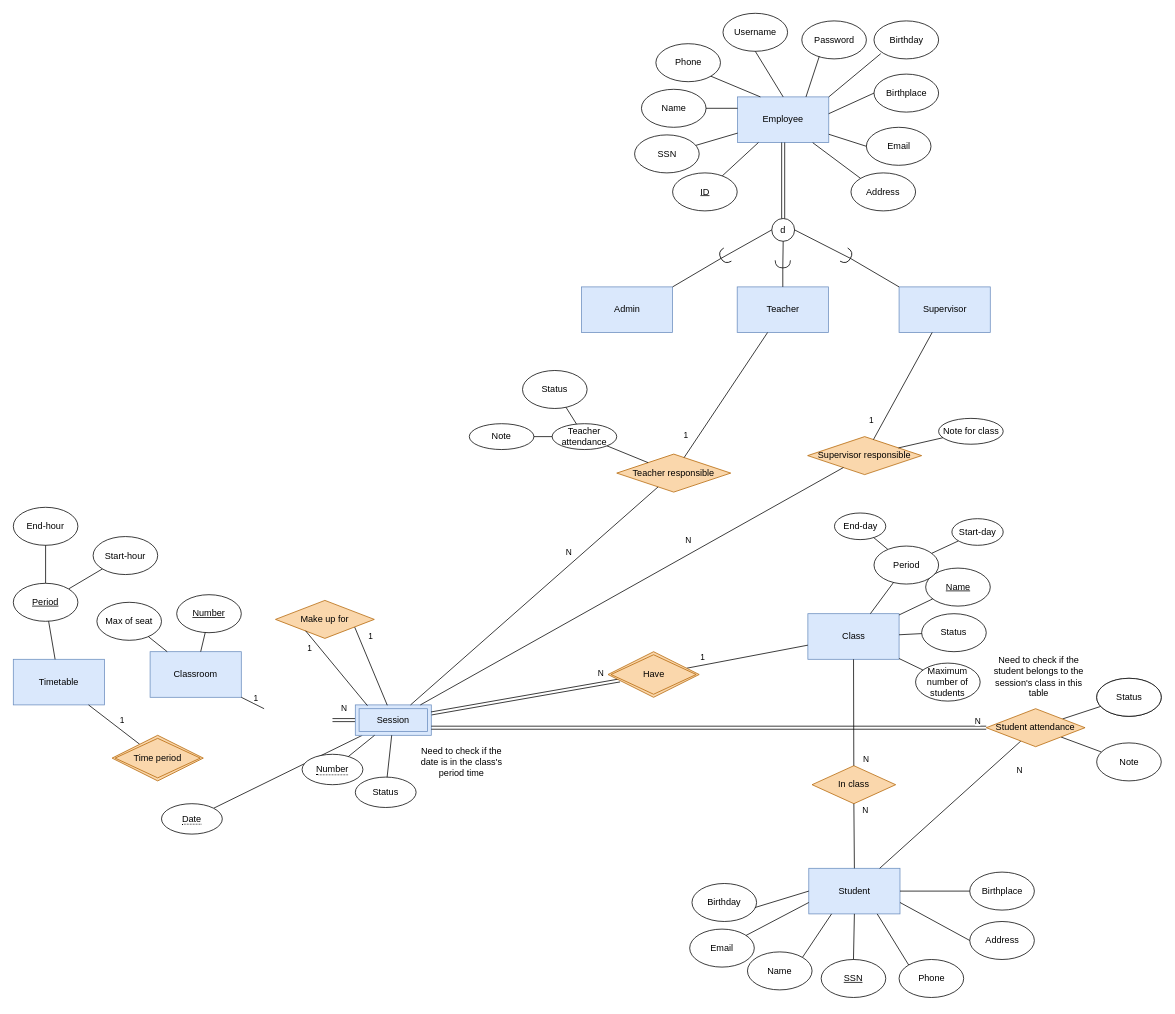
Above: page "Copy of Main" (2 of 3) of Week 3/ERD.drawio in astr0tas/English-Center-Attendance-Check (draw.io), before the change. Source tidied: cells renumbered, new cells numbered last; positions are measured from the earlier drawing's top-left corner, leaving out a move shared by most shapes. Both pictures are drawn from the tidied source at 76%, with x=0, y=0 at pixel (13, 13).
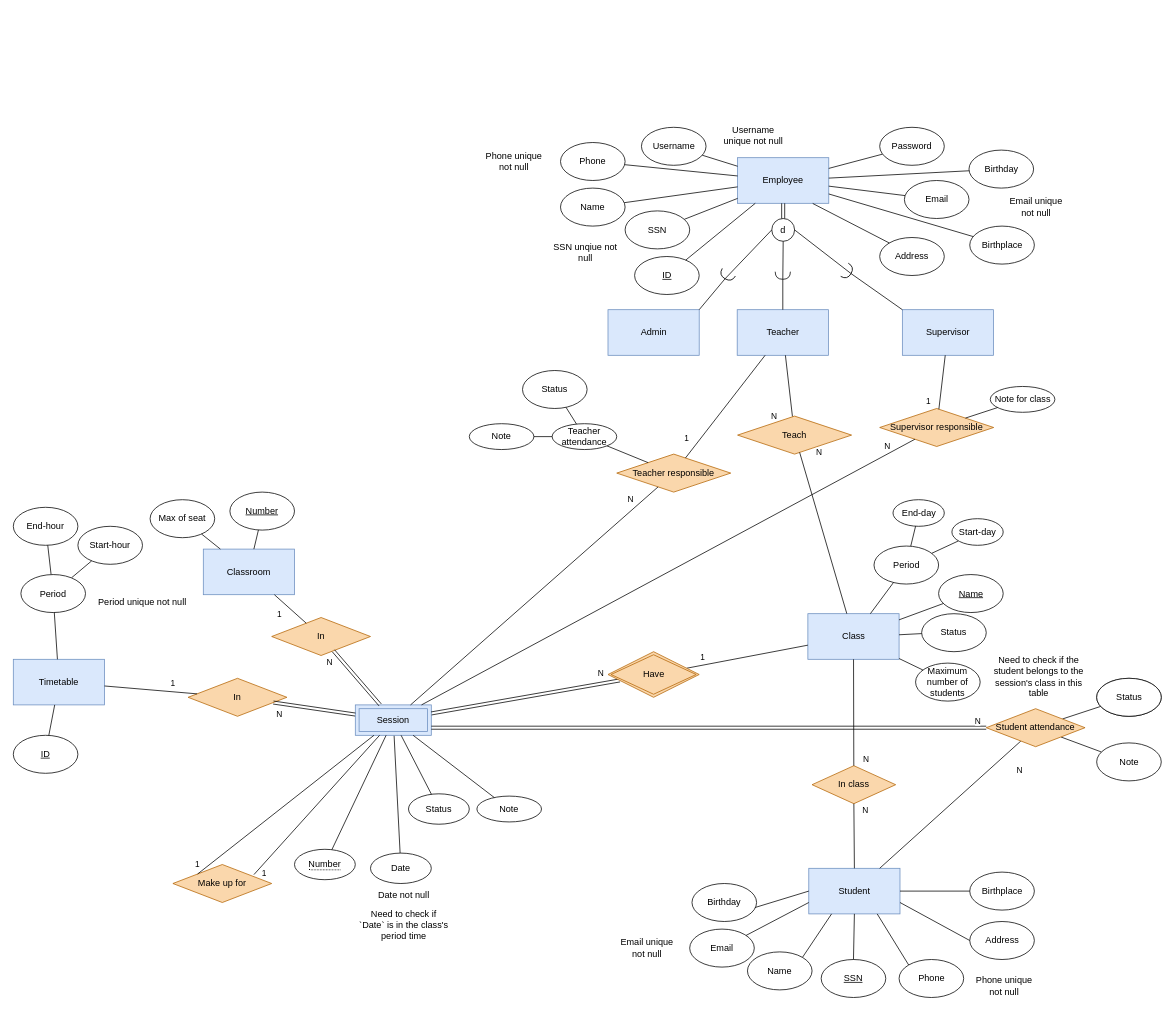
Above is the later version.

The change refers to these unchanged cells:
```xml
<mxCell id="4" value="Class" style="rounded=0;whiteSpace=wrap;html=1;fillColor=#dae8fc;strokeColor=#6c8ebf;" parent="1" vertex="1">
  <mxGeometry x="1045.5" y="790" width="120" height="60" as="geometry" />
</mxCell>
<mxCell id="8" value="d" style="ellipse;whiteSpace=wrap;html=1;" parent="1" vertex="1">
  <mxGeometry x="998" y="270" width="30" height="30" as="geometry" />
</mxCell>
<mxCell id="71" value="Session" style="shape=ext;margin=3;double=1;whiteSpace=wrap;html=1;align=center;fillColor=#DAE8FC;strokeColor=#6C8EBF;" parent="1" vertex="1">
  <mxGeometry x="450" y="910" width="100" height="40" as="geometry" />
</mxCell>
<mxCell id="101" value="Timetable" style="rounded=0;whiteSpace=wrap;html=1;fillColor=#dae8fc;strokeColor=#6c8ebf;" parent="1" vertex="1">
  <mxGeometry y="850" width="120" height="60" as="geometry" />
</mxCell>
<mxCell id="124" style="endArrow=none;html=1;rounded=0;" parent="1" edge="1" source="71" target="31">
  <mxGeometry relative="1" as="geometry" />
</mxCell>
<mxCell id="126" style="endArrow=none;html=1;rounded=0;" parent="1" edge="1" source="71" target="112">
  <mxGeometry relative="1" as="geometry" />
</mxCell>
```

What changed in the source:
```diff
@@
     <mxCell id="2" value="Teacher" style="rounded=0;whiteSpace=wrap;html=1;fillColor=#dae8fc;strokeColor=#6c8ebf;" parent="1" vertex="1">
-      <mxGeometry x="952.5" y="360" width="120" height="60" as="geometry" />
+      <mxGeometry x="952.5" y="390" width="120" height="60" as="geometry" />
     </mxCell>
@@
     <mxCell id="5" value="Employee" style="rounded=0;whiteSpace=wrap;html=1;fillColor=#dae8fc;strokeColor=#6c8ebf;" parent="1" vertex="1">
-      <mxGeometry x="953" y="110" width="120" height="60" as="geometry" />
+      <mxGeometry x="953" y="190" width="120" height="60" as="geometry" />
     </mxCell>
     <mxCell id="6" value="Supervisor" style="rounded=0;whiteSpace=wrap;html=1;fillColor=#dae8fc;strokeColor=#6c8ebf;" parent="1" vertex="1">
-      <mxGeometry x="1165.5" y="360" width="120" height="60" as="geometry" />
+      <mxGeometry x="1169.8" y="390" width="120" height="60" as="geometry" />
     </mxCell>
     <mxCell id="7" value="Admin" style="rounded=0;whiteSpace=wrap;html=1;fillColor=#dae8fc;strokeColor=#6c8ebf;" parent="1" vertex="1">
-      <mxGeometry x="747.5" y="360" width="120" height="60" as="geometry" />
+      <mxGeometry x="782.5" y="390" width="120" height="60" as="geometry" />
     </mxCell>
@@
     <mxCell id="10" value="&lt;u&gt;ID&lt;/u&gt;" style="ellipse;whiteSpace=wrap;html=1;" parent="1" vertex="1">
-      <mxGeometry x="867.5" y="210" width="85" height="50" as="geometry" />
+      <mxGeometry x="817.5" y="320" width="85" height="50" as="geometry" />
     </mxCell>
     <mxCell id="11" value="Name" style="ellipse;whiteSpace=wrap;html=1;" parent="1" vertex="1">
-      <mxGeometry x="826.5" y="100" width="85" height="50" as="geometry" />
+      <mxGeometry x="720" y="230" width="85" height="50" as="geometry" />
     </mxCell>
     <mxCell id="12" value="Phone" style="ellipse;whiteSpace=wrap;html=1;" parent="1" vertex="1">
-      <mxGeometry x="845.5" y="40" width="85" height="50" as="geometry" />
+      <mxGeometry x="720" y="170" width="85" height="50" as="geometry" />
     </mxCell>
     <mxCell id="13" value="Username" style="ellipse;whiteSpace=wrap;html=1;" parent="1" vertex="1">
-      <mxGeometry x="933.8" width="85" height="50" as="geometry" />
+      <mxGeometry x="826.5" y="150" width="85" height="50" as="geometry" />
     </mxCell>
     <mxCell id="14" value="Password" style="ellipse;whiteSpace=wrap;html=1;" parent="1" vertex="1">
-      <mxGeometry x="1037.5" y="10" width="85" height="50" as="geometry" />
+      <mxGeometry x="1140" y="150" width="85" height="50" as="geometry" />
     </mxCell>
     <mxCell id="15" value="Email" style="ellipse;whiteSpace=wrap;html=1;" parent="1" vertex="1">
-      <mxGeometry x="1122.5" y="150" width="85" height="50" as="geometry" />
+      <mxGeometry x="1172.5" y="220" width="85" height="50" as="geometry" />
     </mxCell>
     <mxCell id="16" value="Address" style="ellipse;whiteSpace=wrap;html=1;" parent="1" vertex="1">
-      <mxGeometry x="1102.2" y="210" width="85" height="50" as="geometry" />
+      <mxGeometry x="1140" y="295" width="85" height="50" as="geometry" />
     </mxCell>
@@
-    <mxCell id="18" style="endArrow=none;html=1;rounded=0;entryX=1;entryY=0.5;entryDx=0;entryDy=0;exitX=0;exitY=0.25;exitDx=0;exitDy=0;" parent="1" edge="1" source="5" target="11">
+    <mxCell id="18" style="endArrow=none;html=1;rounded=0;" parent="1" edge="1" source="5" target="11">
       <mxGeometry relative="1" as="geometry" />
     </mxCell>
-    <mxCell id="19" style="endArrow=none;html=1;rounded=0;entryX=1;entryY=1;entryDx=0;entryDy=0;exitX=0.25;exitY=0;exitDx=0;exitDy=0;" parent="1" edge="1" source="5" target="12">
+    <mxCell id="19" style="endArrow=none;html=1;rounded=0;" parent="1" edge="1" source="5" target="12">
       <mxGeometry relative="1" as="geometry" />
     </mxCell>
-    <mxCell id="20" style="endArrow=none;html=1;rounded=0;entryX=0.5;entryY=1;entryDx=0;entryDy=0;exitX=0.5;exitY=0;exitDx=0;exitDy=0;" parent="1" edge="1" source="5" target="13">
+    <mxCell id="20" style="endArrow=none;html=1;rounded=0;" parent="1" edge="1" source="5" target="13">
       <mxGeometry relative="1" as="geometry" />
     </mxCell>
-    <mxCell id="21" style="endArrow=none;html=1;rounded=0;entryX=0.27;entryY=0.938;entryDx=0;entryDy=0;exitX=0.75;exitY=0;exitDx=0;exitDy=0;entryPerimeter=0;" parent="1" edge="1" source="5" target="14">
+    <mxCell id="21" style="endArrow=none;html=1;rounded=0;" parent="1" edge="1" source="5" target="14">
       <mxGeometry relative="1" as="geometry" />
     </mxCell>
-    <mxCell id="22" style="endArrow=none;html=1;rounded=0;entryX=0;entryY=0.5;entryDx=0;entryDy=0;" parent="1" edge="1" source="5" target="15">
+    <mxCell id="22" style="endArrow=none;html=1;rounded=0;" parent="1" edge="1" source="5" target="15">
       <mxGeometry relative="1" as="geometry" />
     </mxCell>
@@
     <mxCell id="25" value="&lt;u&gt;Name&lt;/u&gt;" style="ellipse;whiteSpace=wrap;html=1;" parent="1" vertex="1">
-      <mxGeometry x="1200.5" y="730" width="85" height="50" as="geometry" />
+      <mxGeometry x="1217.5" y="738.5" width="85" height="50" as="geometry" />
     </mxCell>
@@
-    <mxCell id="39" style="endArrow=none;html=1;rounded=0;exitX=1;exitY=0.5;exitDx=0;exitDy=0;entryX=0;entryY=0.5;entryDx=0;entryDy=0;startArrow=none;exitPerimeter=0;" parent="1" edge="1" source="46" target="8">
+    <mxCell id="39" style="endArrow=none;html=1;rounded=0;entryX=0;entryY=0.5;entryDx=0;entryDy=0;startArrow=none;exitX=1;exitY=0.5;exitDx=0;exitDy=0;exitPerimeter=0;" parent="1" edge="1" source="46" target="8">
       <mxGeometry relative="1" as="geometry" />
     </mxCell>
@@
-    <mxCell id="46" style="shape=requiredInterface;html=1;verticalLabelPosition=bottom;sketch=0;rotation=-210;" parent="1" vertex="1">
-      <mxGeometry x="930.5" y="310" width="10" height="20" as="geometry" />
+    <mxCell id="46" style="shape=requiredInterface;html=1;verticalLabelPosition=bottom;sketch=0;rotation=120;" parent="1" vertex="1">
+      <mxGeometry x="934" y="335" width="10" height="20" as="geometry" />
     </mxCell>
@@
     <mxCell id="48" style="shape=requiredInterface;html=1;verticalLabelPosition=bottom;sketch=0;rotation=90;" parent="1" vertex="1">
-      <mxGeometry x="1007.5" y="320" width="10" height="20" as="geometry" />
+      <mxGeometry x="1007.5" y="335" width="10" height="20" as="geometry" />
     </mxCell>
@@
     <mxCell id="50" style="shape=requiredInterface;html=1;verticalLabelPosition=bottom;sketch=0;rotation=30;" parent="1" vertex="1">
-      <mxGeometry x="1092.2" y="310" width="10" height="20" as="geometry" />
+      <mxGeometry x="1093" y="330" width="10" height="20" as="geometry" />
     </mxCell>
     <mxCell id="51" value="Classroom" style="rounded=0;whiteSpace=wrap;html=1;fillColor=#dae8fc;strokeColor=#6C8EBF;" parent="1" vertex="1">
-      <mxGeometry x="180" y="840" width="120" height="60" as="geometry" />
+      <mxGeometry x="250" y="705" width="120" height="60" as="geometry" />
     </mxCell>
     <mxCell id="52" value="&lt;u&gt;Number&lt;/u&gt;" style="ellipse;whiteSpace=wrap;html=1;" parent="1" vertex="1">
-      <mxGeometry x="215" y="765" width="85" height="50" as="geometry" />
+      <mxGeometry x="285" y="630" width="85" height="50" as="geometry" />
     </mxCell>
@@
     <mxCell id="55" value="&lt;span style=&quot;font-weight: normal;&quot;&gt;End-day&lt;/span&gt;" style="ellipse;whiteSpace=wrap;html=1;" parent="1" vertex="1">
-      <mxGeometry x="1080.5" y="657.5" width="67.5" height="35" as="geometry" />
+      <mxGeometry x="1157.5" y="640" width="67.5" height="35" as="geometry" />
     </mxCell>
@@
     <mxCell id="58" value="Birthday" style="ellipse;whiteSpace=wrap;html=1;" parent="1" vertex="1">
-      <mxGeometry x="1132.5" y="10" width="85" height="50" as="geometry" />
+      <mxGeometry x="1257.5" y="180" width="85" height="50" as="geometry" />
     </mxCell>
     <mxCell id="59" value="Birthplace" style="ellipse;whiteSpace=wrap;html=1;" parent="1" vertex="1">
-      <mxGeometry x="1132.5" y="80" width="85" height="50" as="geometry" />
+      <mxGeometry x="1258.5" y="280" width="85" height="50" as="geometry" />
     </mxCell>
-    <mxCell id="60" style="endArrow=none;html=1;rounded=0;entryX=0;entryY=0.5;entryDx=0;entryDy=0;exitX=0.999;exitY=0.369;exitDx=0;exitDy=0;exitPerimeter=0;" parent="1" edge="1" source="5" target="59">
+    <mxCell id="60" style="endArrow=none;html=1;rounded=0;" parent="1" edge="1" source="5" target="59">
       <mxGeometry relative="1" as="geometry" />
     </mxCell>
-    <mxCell id="61" style="endArrow=none;html=1;rounded=0;entryX=0.105;entryY=0.862;entryDx=0;entryDy=0;exitX=1;exitY=0;exitDx=0;exitDy=0;entryPerimeter=0;" parent="1" edge="1" source="5" target="58">
+    <mxCell id="61" style="endArrow=none;html=1;rounded=0;" parent="1" edge="1" source="5" target="58">
       <mxGeometry relative="1" as="geometry" />
     </mxCell>
@@
-    <mxCell id="66" value="1" style="endArrow=none;html=1;rounded=0;" parent="1" edge="1" target="51">
-      <mxGeometry x="-0.05" y="-8" relative="1" as="geometry">
-        <mxPoint x="330" y="915" as="sourcePoint" />
-      </mxGeometry>
-    </mxCell>
@@
-    <mxCell id="70" value="N" style="endArrow=none;html=1;rounded=0;shape=link;" parent="1" edge="1" target="71">
-      <mxGeometry x="-0.01" y="15" relative="1" as="geometry">
-        <mxPoint x="420" y="930" as="sourcePoint" />
-      </mxGeometry>
-    </mxCell>
@@
     <mxCell id="75" value="&lt;span style=&quot;border-bottom: 1px dotted&quot;&gt;Number&lt;/span&gt;" style="ellipse;whiteSpace=wrap;html=1;align=center;" parent="1" vertex="1">
-      <mxGeometry x="380" y="975" width="80" height="40" as="geometry" />
+      <mxGeometry x="370" y="1100" width="80" height="40" as="geometry" />
     </mxCell>
@@
-    <mxCell id="87" value="Need to check if the date is in the class's period time" style="text;html=1;strokeColor=none;fillColor=none;align=center;verticalAlign=middle;whiteSpace=wrap;rounded=0;" parent="1" vertex="1">
-      <mxGeometry x="530" y="965" width="120" height="40" as="geometry" />
+    <mxCell id="87" value="Need to check if `Date` is in the class's period time" style="text;html=1;strokeColor=none;fillColor=none;align=center;verticalAlign=middle;whiteSpace=wrap;rounded=0;" parent="1" vertex="1">
+      <mxGeometry x="453.8" y="1180" width="120" height="40" as="geometry" />
     </mxCell>
@@
     <mxCell id="89" value="Max of seat" style="ellipse;whiteSpace=wrap;html=1;" parent="1" vertex="1">
-      <mxGeometry x="110" y="775" width="85" height="50" as="geometry" />
+      <mxGeometry x="180" y="640" width="85" height="50" as="geometry" />
     </mxCell>
@@
     <mxCell id="93" value="Status" style="ellipse;whiteSpace=wrap;html=1;align=center;" parent="1" vertex="1">
-      <mxGeometry x="450" y="1005" width="80" height="40" as="geometry" />
+      <mxGeometry x="520" y="1027" width="80" height="40" as="geometry" />
     </mxCell>
@@
     <mxCell id="95" value="Make up for" style="rhombus;whiteSpace=wrap;html=1;fillColor=#fad7ac;strokeColor=#b46504;" parent="1" vertex="1">
-      <mxGeometry x="345" y="772.5" width="130" height="50" as="geometry" />
+      <mxGeometry x="210" y="1120" width="130" height="50" as="geometry" />
     </mxCell>
-    <mxCell id="96" value="1" style="endArrow=none;html=1;rounded=0;exitX=0.16;exitY=0.025;exitDx=0;exitDy=0;exitPerimeter=0;entryX=0.304;entryY=0.798;entryDx=0;entryDy=0;entryPerimeter=0;" parent="1" edge="1" source="71" target="95">
-      <mxGeometry x="0.67" y="10" relative="1" as="geometry" />
+    <mxCell id="96" value="1" style="endArrow=none;html=1;rounded=0;entryX=0;entryY=0;entryDx=0;entryDy=0;" parent="1" edge="1" source="71" target="95">
+      <mxGeometry x="0.95" y="-10" relative="1" as="geometry" />
     </mxCell>
-    <mxCell id="97" style="endArrow=none;html=1;rounded=0;entryX=0.802;entryY=0.706;entryDx=0;entryDy=0;entryPerimeter=0;exitX=0.421;exitY=0.012;exitDx=0;exitDy=0;exitPerimeter=0;" parent="1" edge="1" source="71" target="95">
+    <mxCell id="97" style="endArrow=none;html=1;rounded=0;entryX=0.82;entryY=0.266;entryDx=0;entryDy=0;entryPerimeter=0;" parent="1" edge="1" source="71" target="95">
       <mxGeometry relative="1" as="geometry" />
     </mxCell>
     <mxCell id="98" value="1" style="edgeLabel;html=1;align=center;verticalAlign=middle;" parent="97" vertex="1">
       <mxGeometry x="0.25" y="-3" relative="1" as="geometry">
-        <mxPoint x="2" y="-25" as="offset" />
+        <mxPoint x="-47" y="68" as="offset" />
       </mxGeometry>
     </mxCell>
@@
     <mxCell id="102" value="Start-hour" style="ellipse;whiteSpace=wrap;html=1;" parent="1" vertex="1">
-      <mxGeometry x="105" y="688.5" width="85" height="50" as="geometry" />
+      <mxGeometry x="85" y="675" width="85" height="50" as="geometry" />
     </mxCell>
@@
-    <mxCell id="106" value="1" style="endArrow=none;html=1;rounded=0;" parent="1" edge="1" source="110" target="101">
-      <mxGeometry x="-0.1" y="-11" relative="1" as="geometry" />
-    </mxCell>
-    <mxCell id="107" value="&lt;u&gt;Period&lt;/u&gt;" style="ellipse;whiteSpace=wrap;html=1;" parent="1" vertex="1">
-      <mxGeometry y="750" width="85" height="50" as="geometry" />
+    <mxCell id="107" value="Period" style="ellipse;whiteSpace=wrap;html=1;" parent="1" vertex="1">
+      <mxGeometry x="10" y="738.5" width="85" height="50" as="geometry" />
     </mxCell>
@@
-    <mxCell id="109" value="&lt;span style=&quot;border-bottom: 1px dotted&quot;&gt;Date&lt;/span&gt;" style="ellipse;whiteSpace=wrap;html=1;align=center;" parent="1" vertex="1">
-      <mxGeometry x="195" y="1040" width="80" height="40" as="geometry" />
+    <mxCell id="109" value="Date" style="ellipse;whiteSpace=wrap;html=1;align=center;" parent="1" vertex="1">
+      <mxGeometry x="470" y="1105" width="80" height="40" as="geometry" />
     </mxCell>
-    <mxCell id="110" value="Time period" style="shape=rhombus;double=1;perimeter=rhombusPerimeter;whiteSpace=wrap;html=1;align=center;fillColor=#FAD7AC;strokeColor=#B46504;" parent="1" vertex="1">
-      <mxGeometry x="130" y="950" width="120" height="60" as="geometry" />
-    </mxCell>
@@
     <mxCell id="112" value="Supervisor responsible" style="rhombus;whiteSpace=wrap;html=1;fillColor=#fad7ac;strokeColor=#b46504;" parent="1" vertex="1">
-      <mxGeometry x="1045.2" y="557" width="150" height="50" as="geometry" />
+      <mxGeometry x="1140" y="520" width="150" height="50" as="geometry" />
     </mxCell>
@@
     <mxCell id="114" value="Note for class" style="ellipse;whiteSpace=wrap;html=1;" parent="1" vertex="1">
-      <mxGeometry x="1217.5" y="533" width="85" height="34" as="geometry" />
+      <mxGeometry x="1285.5" y="491" width="85" height="34" as="geometry" />
     </mxCell>
@@
     <mxCell id="123" value="SSN" style="ellipse;whiteSpace=wrap;html=1;" parent="1" vertex="1">
-      <mxGeometry x="817.5" y="160" width="85" height="50" as="geometry" />
+      <mxGeometry x="805" y="260" width="85" height="50" as="geometry" />
     </mxCell>
@@
     <mxCell id="125" value="N" style="edgeLabel;html=1;align=center;verticalAlign=middle;" parent="124" vertex="1">
       <mxGeometry x="0.25" y="-3" relative="1" as="geometry">
-        <mxPoint x="2" y="-25" as="offset" />
+        <mxPoint x="83" y="-94" as="offset" />
       </mxGeometry>
     </mxCell>
@@
     <mxCell id="127" value="N" style="edgeLabel;html=1;align=center;verticalAlign=middle;" parent="126" vertex="1">
       <mxGeometry x="0.25" y="-3" relative="1" as="geometry">
-        <mxPoint x="2" y="-25" as="offset" />
+        <mxPoint x="205" y="-125" as="offset" />
       </mxGeometry>
     </mxCell>
@@
+    <mxCell id="129" value="Note" style="ellipse;whiteSpace=wrap;html=1;" parent="1" vertex="1">
+      <mxGeometry x="610" y="1030" width="85" height="34" as="geometry" />
+    </mxCell>
+    <mxCell id="130" style="endArrow=none;html=1;rounded=0;" parent="1" edge="1" source="71" target="129">
+      <mxGeometry relative="1" as="geometry" />
+    </mxCell>
+    <mxCell id="131" value="In" style="rhombus;whiteSpace=wrap;html=1;fillColor=#fad7ac;strokeColor=#b46504;" parent="1" vertex="1">
+      <mxGeometry x="340" y="795" width="130" height="50" as="geometry" />
+    </mxCell>
+    <mxCell id="132" value="In" style="rhombus;whiteSpace=wrap;html=1;fillColor=#fad7ac;strokeColor=#b46504;" parent="1" vertex="1">
+      <mxGeometry x="230" y="875" width="130" height="50" as="geometry" />
+    </mxCell>
+    <mxCell id="133" value="N" style="endArrow=none;html=1;rounded=0;shape=link;" parent="1" edge="1" source="71" target="131">
+      <mxGeometry x="0.82" y="14" relative="1" as="geometry" />
+    </mxCell>
+    <mxCell id="134" value="N" style="endArrow=none;html=1;rounded=0;shape=link;" parent="1" edge="1" source="71" target="132">
+      <mxGeometry x="0.81" y="14" relative="1" as="geometry" />
+    </mxCell>
+    <mxCell id="135" style="endArrow=none;html=1;rounded=0;" parent="1" edge="1" source="132" target="101">
+      <mxGeometry relative="1" as="geometry" />
+    </mxCell>
+    <mxCell id="136" value="1" style="edgeLabel;html=1;align=center;verticalAlign=middle;" parent="135" vertex="1">
+      <mxGeometry x="-0.58" y="1" relative="1" as="geometry">
+        <mxPoint x="-6" y="-14" as="offset" />
+      </mxGeometry>
+    </mxCell>
+    <mxCell id="137" style="endArrow=none;html=1;rounded=0;" parent="1" edge="1" source="131" target="51">
+      <mxGeometry relative="1" as="geometry" />
+    </mxCell>
+    <mxCell id="138" value="1" style="edgeLabel;html=1;align=center;verticalAlign=middle;" parent="137" vertex="1">
+      <mxGeometry x="-0.58" y="1" relative="1" as="geometry">
+        <mxPoint x="-26" y="-5" as="offset" />
+      </mxGeometry>
+    </mxCell>
+    <mxCell id="139" value="N" style="endArrow=none;html=1;rounded=0;" parent="1" edge="1" source="140" target="2">
+      <mxGeometry x="-0.93" y="24" relative="1" as="geometry">
+        <mxPoint y="-1" as="offset" />
+      </mxGeometry>
+    </mxCell>
+    <mxCell id="140" value="Teach" style="rhombus;whiteSpace=wrap;html=1;fillColor=#fad7ac;strokeColor=#b46504;" parent="1" vertex="1">
+      <mxGeometry x="953" y="530" width="150" height="50" as="geometry" />
+    </mxCell>
+    <mxCell id="141" value="N" style="endArrow=none;html=1;rounded=0;" parent="1" edge="1" source="140" target="4">
+      <mxGeometry x="-0.93" y="24" relative="1" as="geometry">
+        <mxPoint y="-1" as="offset" />
+      </mxGeometry>
+    </mxCell>
+    <mxCell id="142" value="Date not null" style="text;html=1;strokeColor=none;fillColor=none;align=center;verticalAlign=middle;whiteSpace=wrap;rounded=0;" parent="1" vertex="1">
+      <mxGeometry x="470" y="1140" width="87.5" height="40" as="geometry" />
+    </mxCell>
+    <mxCell id="143" value="SSN unqiue not null" style="text;html=1;strokeColor=none;fillColor=none;align=center;verticalAlign=middle;whiteSpace=wrap;rounded=0;" parent="1" vertex="1">
+      <mxGeometry x="709" y="295" width="87.5" height="40" as="geometry" />
+    </mxCell>
+    <mxCell id="144" value="Username unique not null" style="text;html=1;strokeColor=none;fillColor=none;align=center;verticalAlign=middle;whiteSpace=wrap;rounded=0;" parent="1" vertex="1">
+      <mxGeometry x="930" y="141" width="87.5" height="40" as="geometry" />
+    </mxCell>
+    <mxCell id="145" value="Email unique not null" style="text;html=1;strokeColor=none;fillColor=none;align=center;verticalAlign=middle;whiteSpace=wrap;rounded=0;" parent="1" vertex="1">
+      <mxGeometry x="1301.5" y="235" width="87.5" height="40" as="geometry" />
+    </mxCell>
+    <mxCell id="146" value="Phone unique not null" style="text;html=1;strokeColor=none;fillColor=none;align=center;verticalAlign=middle;whiteSpace=wrap;rounded=0;" parent="1" vertex="1">
+      <mxGeometry x="615" y="175" width="87.5" height="40" as="geometry" />
+    </mxCell>
+    <mxCell id="147" value="Email unique not null" style="text;html=1;strokeColor=none;fillColor=none;align=center;verticalAlign=middle;whiteSpace=wrap;rounded=0;" parent="1" vertex="1">
+      <mxGeometry x="790" y="1210" width="87.5" height="40" as="geometry" />
+    </mxCell>
+    <mxCell id="148" value="Phone unique not null" style="text;html=1;strokeColor=none;fillColor=none;align=center;verticalAlign=middle;whiteSpace=wrap;rounded=0;" parent="1" vertex="1">
+      <mxGeometry x="1260" y="1260" width="87.5" height="40" as="geometry" />
+    </mxCell>
+    <mxCell id="149" value="&lt;u&gt;ID&lt;/u&gt;" style="ellipse;whiteSpace=wrap;html=1;" parent="1" vertex="1">
+      <mxGeometry y="950" width="85" height="50" as="geometry" />
+    </mxCell>
+    <mxCell id="150" style="endArrow=none;html=1;rounded=0;" parent="1" edge="1" source="149" target="101">
+      <mxGeometry relative="1" as="geometry" />
+    </mxCell>
+    <mxCell id="151" value="Period unique not null" style="text;html=1;strokeColor=none;fillColor=none;align=center;verticalAlign=middle;whiteSpace=wrap;rounded=0;" parent="1" vertex="1">
+      <mxGeometry x="110" y="755" width="120" height="40" as="geometry" />
+    </mxCell>
```
